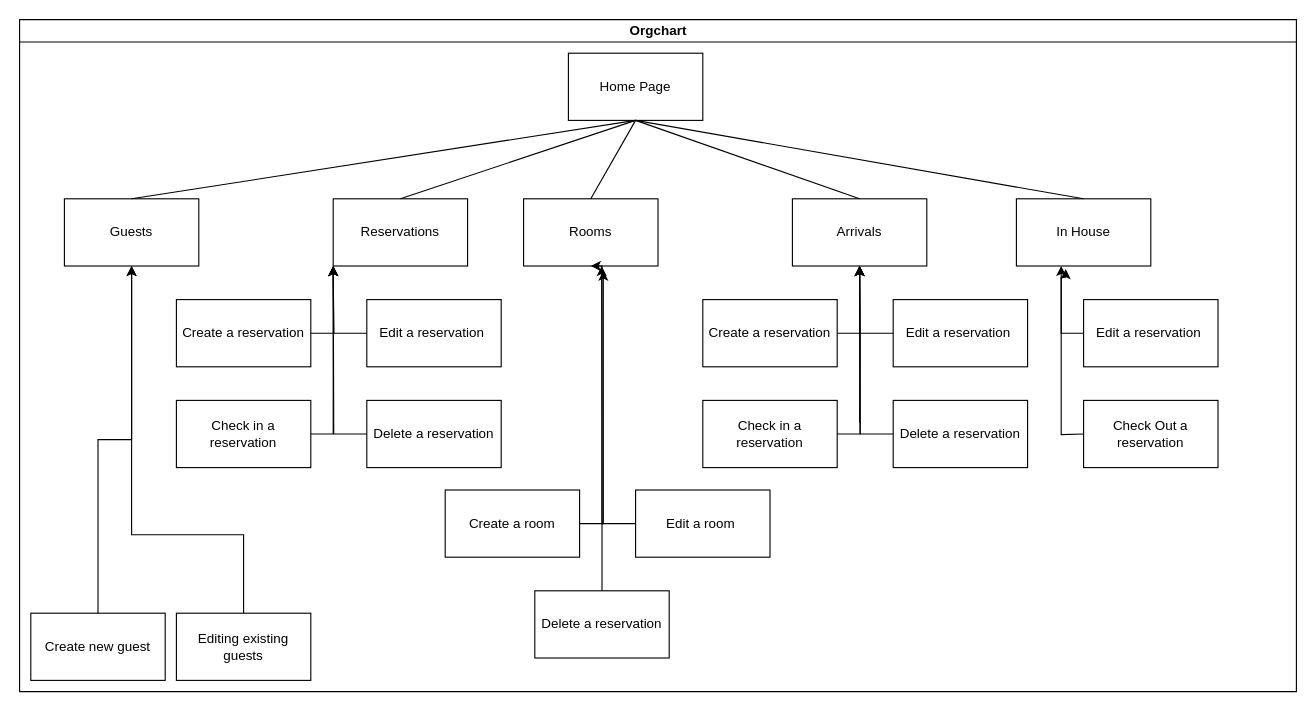
The draw.io diagram UserMap.drawio in selsmie/honest-hotel, before the edit. Source tidied: cells renumbered, new cells numbered last; positions are measured from the earlier drawing's top-left corner, leaving out a move shared by most shapes. Both pictures are drawn from the tidied source at 112%, with x=0, y=0 at pixel (19, 19).
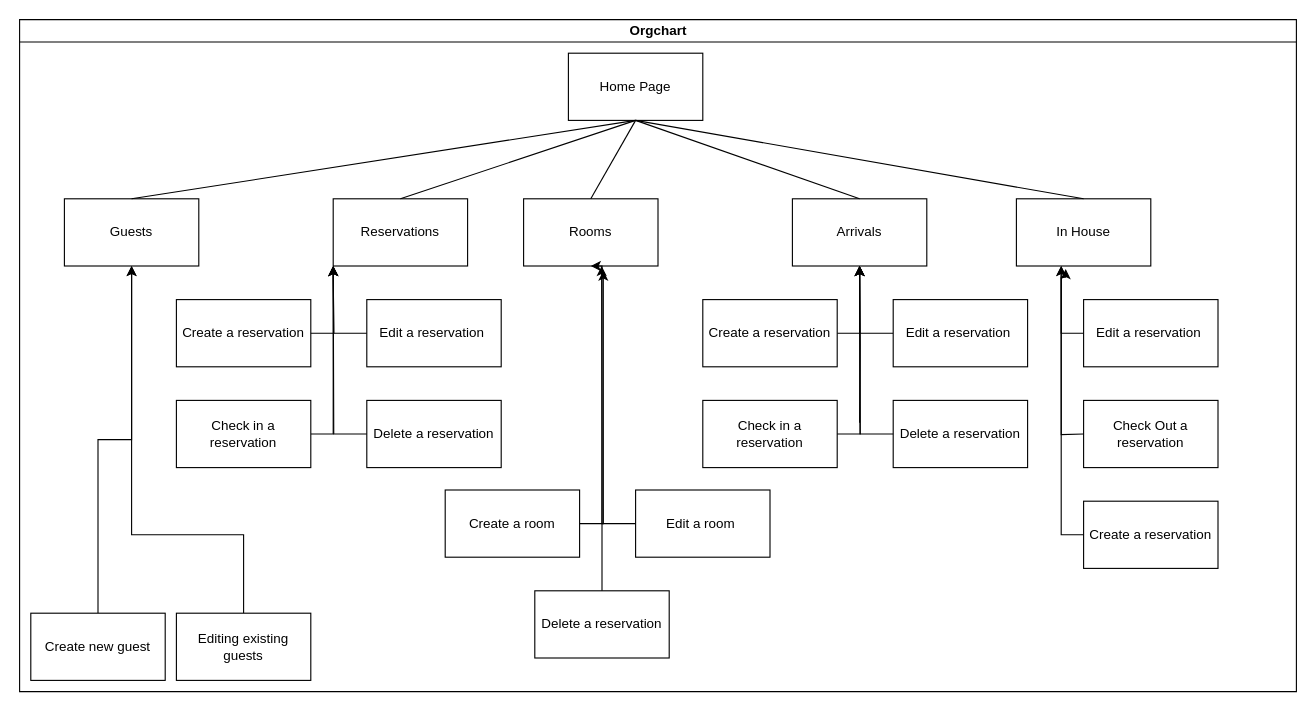
The same diagram, later.

Unchanged cells that the change refers to:
```xml
<mxCell id="2" value="Orgchart" style="swimlane;html=1;startSize=20;horizontal=1;containerType=tree;glass=0;" parent="1" vertex="1">
  <mxGeometry width="1140" height="600" as="geometry" />
</mxCell>
```

Change to the diagram source:
```diff
@@
+    <mxCell id="46" value="Create a reservation" style="rounded=0;whiteSpace=wrap;html=1;" parent="2" vertex="1">
+      <mxGeometry x="950" y="430" width="120" height="60" as="geometry" />
+    </mxCell>
@@
+    <mxCell id="47" style="edgeStyle=orthogonalEdgeStyle;rounded=0;jettySize=auto;html=1;exitX=0;exitY=0.5;exitDx=0;exitDy=0;" parent="1" edge="1" source="46">
+      <mxGeometry relative="1" as="geometry">
+        <mxPoint x="930" y="220" as="targetPoint" />
+      </mxGeometry>
+    </mxCell>
```
